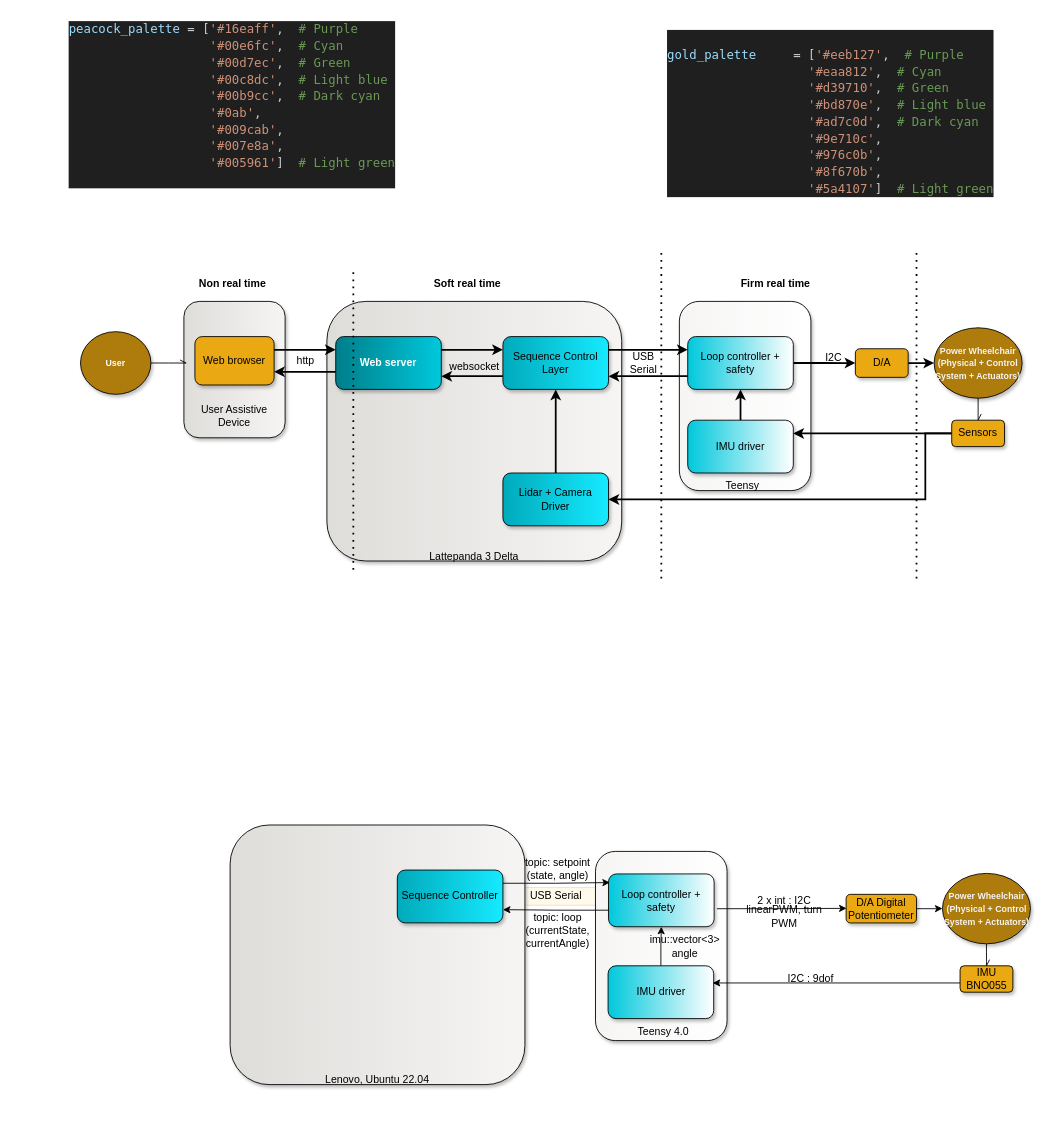
The draw.io diagram Diagrams/architectural diagram.drawio in mekuro9/PWAO-CSU, before the edit. Source tidied: cells renumbered, new cells numbered last; positions are measured from the earlier drawing's top-left corner, leaving out a move shared by most shapes. Both pictures are drawn from the tidied source at 88%, with x=0, y=0 at pixel (67, 15).
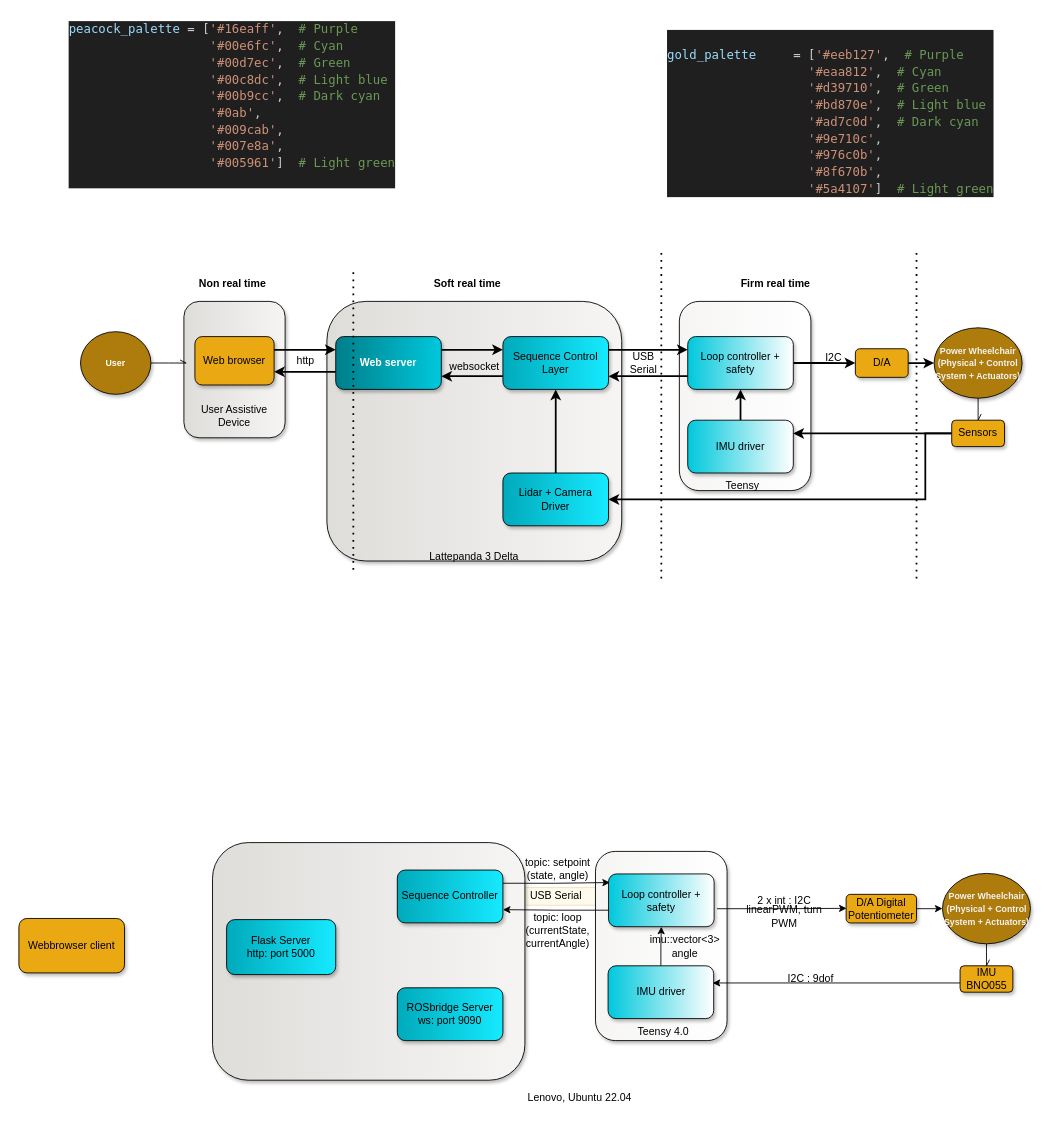
After the change.

What changed in the source:
```diff
@@
     <mxCell id="61" value="&lt;p style=&quot;line-height: 120%;&quot; align=&quot;right&quot;&gt;&lt;br&gt;&lt;/p&gt;" style="rounded=1;whiteSpace=wrap;html=1;fillColor=#deddda;shadow=1;gradientColor=#f6f5f4;gradientDirection=east;" parent="1" vertex="1">
-      <mxGeometry x="185" y="920" width="335" height="295" as="geometry" />
+      <mxGeometry x="165" y="940" width="355" height="270" as="geometry" />
     </mxCell>
     <mxCell id="62" value="Lenovo, Ubuntu 22.04" style="text;html=1;align=center;verticalAlign=middle;whiteSpace=wrap;rounded=0;" parent="1" vertex="1">
-      <mxGeometry x="290" y="1195" width="125" height="30" as="geometry" />
+      <mxGeometry x="520" y="1215" width="125" height="30" as="geometry" />
     </mxCell>
@@
+    <mxCell id="68" value="&lt;div&gt;ROSbridge Server&lt;/div&gt;&lt;div&gt;ws: port 9090&lt;br&gt;&lt;/div&gt;" style="rounded=1;whiteSpace=wrap;html=1;fillColor=#00aabb;shadow=1;fillStyle=auto;gradientColor=#16eaff;gradientDirection=east;" parent="1" vertex="1">
+      <mxGeometry x="375" y="1105" width="120" height="60" as="geometry" />
+    </mxCell>
+    <mxCell id="69" value="&lt;div&gt;Flask Server&lt;/div&gt;&lt;div&gt;http: port 5000&lt;/div&gt;" style="rounded=1;whiteSpace=wrap;html=1;fillColor=#00aabb;shadow=1;fillStyle=auto;gradientColor=#16eaff;gradientDirection=east;" parent="1" vertex="1">
+      <mxGeometry x="181" y="1027.5" width="124" height="62.5" as="geometry" />
+    </mxCell>
+    <mxCell id="70" value="Webbrowser client" style="rounded=1;whiteSpace=wrap;html=1;fillColor=#eaa812;shadow=1;" parent="1" vertex="1">
+      <mxGeometry x="-55" y="1026.2" width="120" height="61.9" as="geometry" />
+    </mxCell>
```
